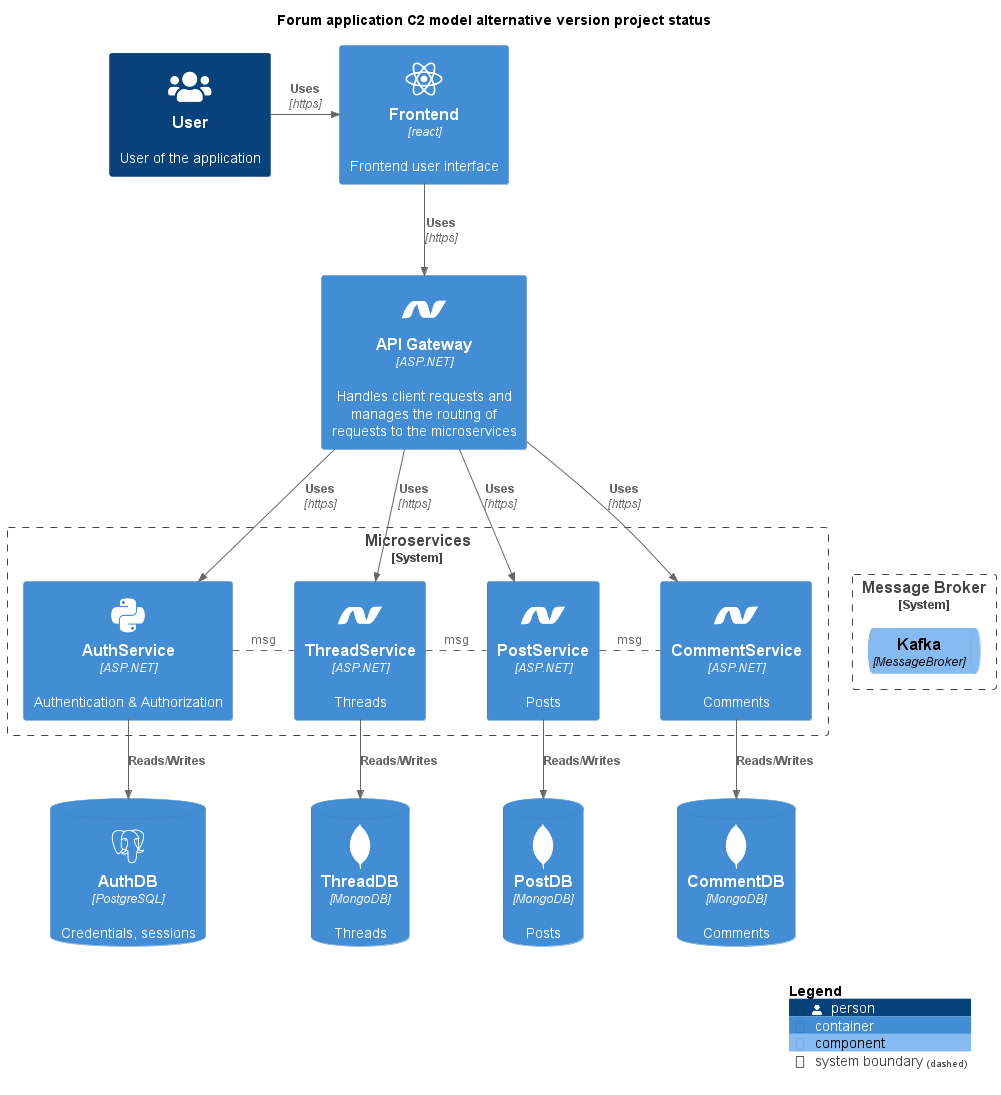
Earlier version of the PlantUML export Architecture/C4_Models/Architecture_C2_project_status.png (KevinvdHoogenhof/ForumApp-Main).
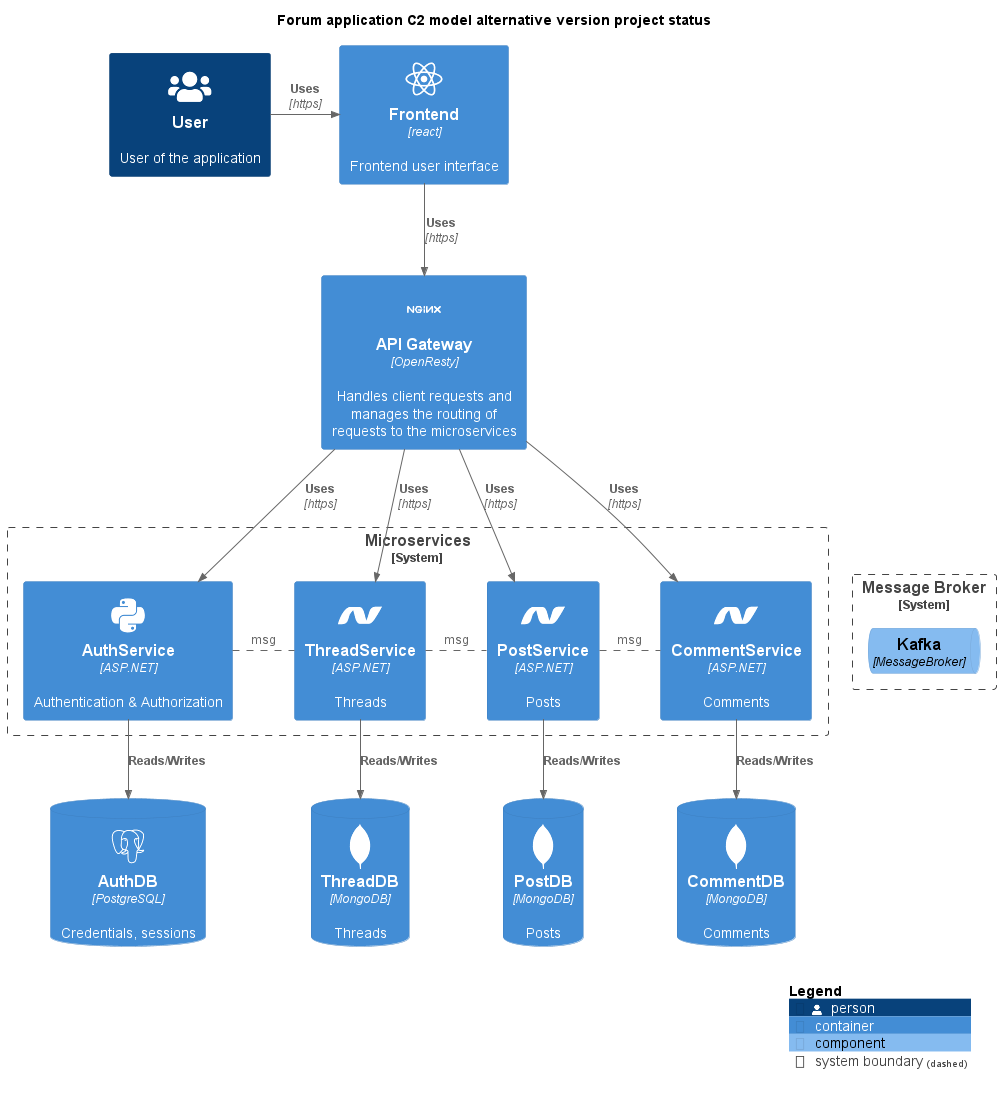
The same file after the commit.

Commit message:
C4 models update different gateway

Change to the diagram source:
```diff
@@ -10,13 +10,14 @@
 !include DEVICONS/python.puml
 !include DEVICONS/postgresql.puml
 !include DEVICONS/mongodb.puml
+!include DEVICONS/nginx.puml
 !include FONTAWESOME/users.puml
 
 Person(user, "User", "User of the application", $sprite="users")
 
 Container(frontend, "Frontend", "react", "Frontend user interface", $sprite="react")
 
-Container(api, "API Gateway", "ASP.NET", "Handles client requests and manages the routing of requests to the microservices", $sprite="dotnet")
+Container(api, "API Gateway", "OpenResty", "Handles client requests and manages the routing of requests to the microservices", $sprite="nginx")
 
 System_Boundary(ms, "Microservices", "Back-end services"){
 Container(authservice, "AuthService", "ASP.NET", "Authentication & Authorization", $sprite="python")
```
